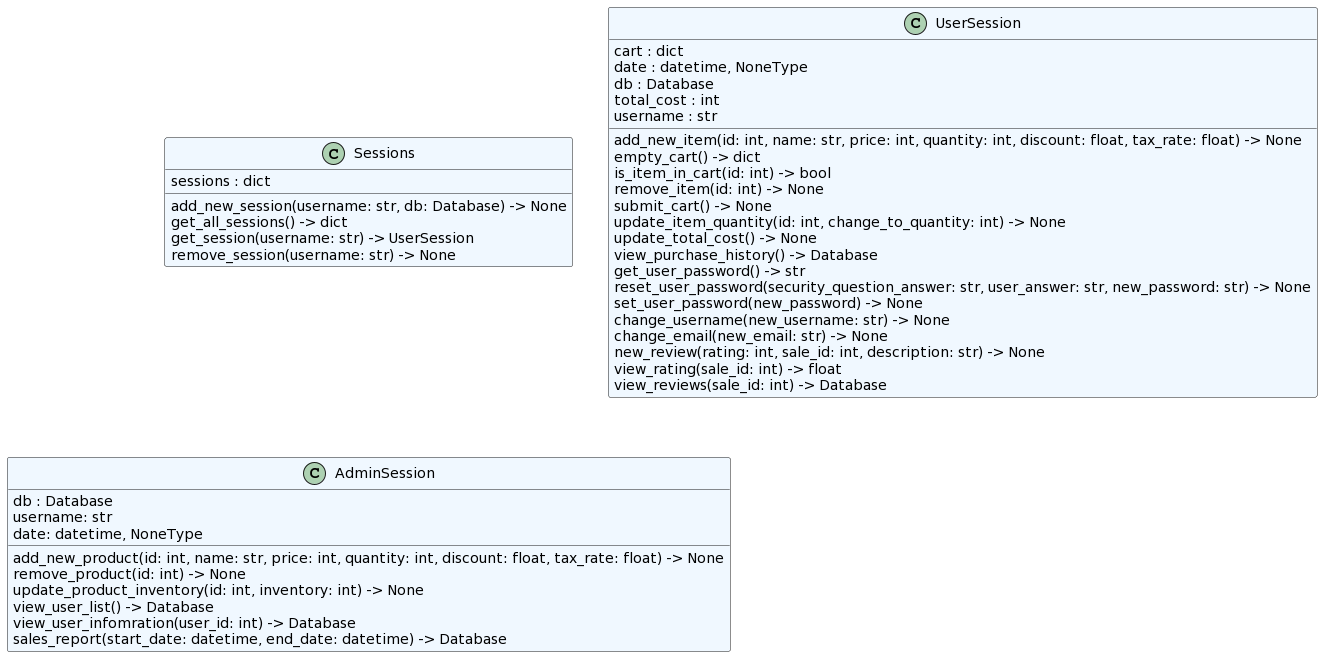
Earlier version of the PlantUML export docs/diagrams/system/core_classes.png (obxzeke/OnlineStore).
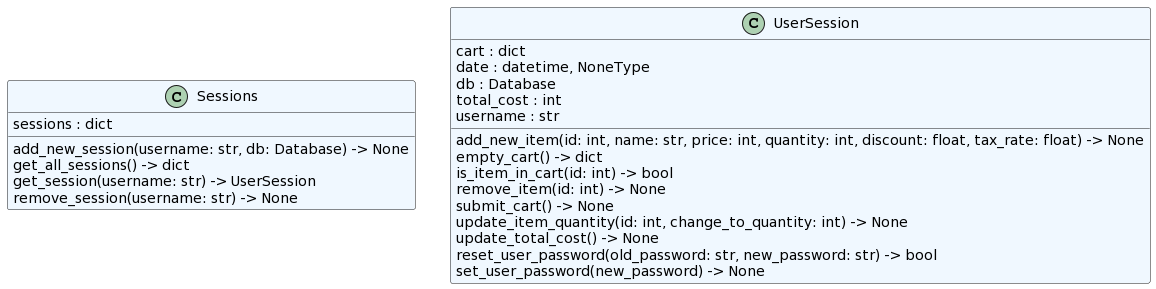
The same diagram one commit later.

Change to the diagram source:
```diff
@@ -20,26 +20,7 @@
   submit_cart() -> None
   update_item_quantity(id: int, change_to_quantity: int) -> None
   update_total_cost() -> None
-  view_purchase_history() -> Database
-  get_user_password() -> str
-  reset_user_password(security_question_answer: str, user_answer: str, new_password: str) -> None
+  reset_user_password(old_password: str, new_password: str) -> bool
   set_user_password(new_password) -> None
-  change_username(new_username: str) -> None
-  change_email(new_email: str) -> None
-  new_review(rating: int, sale_id: int, description: str) -> None
-  view_rating(sale_id: int) -> float
-  view_reviews(sale_id: int) -> Database
-}
-
-class "AdminSession" as core.session.AdminSession #aliceblue {
-  db : Database
-  username: str
-  date: datetime, NoneType
-  add_new_product(id: int, name: str, price: int, quantity: int, discount: float, tax_rate: float) -> None
-  remove_product(id: int) -> None
-  update_product_inventory(id: int, inventory: int) -> None
-  view_user_list() -> Database
-  view_user_infomration(user_id: int) -> Database
-  sales_report(start_date: datetime, end_date: datetime) -> Database
 }
 @enduml
```
